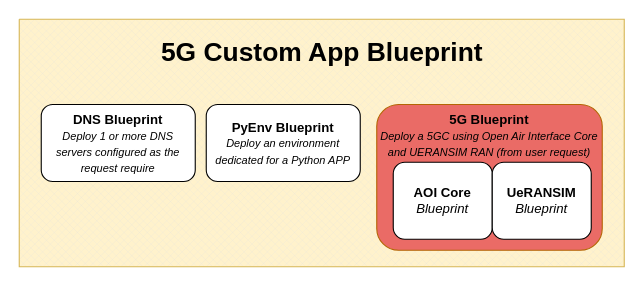
The draw.io diagram page "Blueprints-building-blocks" (15 of 15) of docs/diagrams/NVFCL-diagrams.drawio in s2n-cnit/nfvcl-ng, before the edit. Source tidied: cells renumbered, new cells numbered last; positions are measured from the earlier drawing's top-left corner, leaving out a move shared by most shapes. Both pictures are drawn from the tidied source at 110%, with x=0, y=0 at pixel (19, 19).
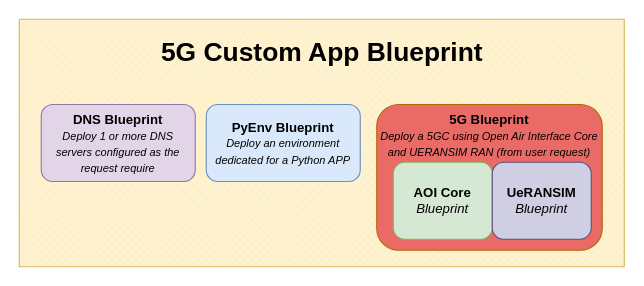
Above is the later version.

Commit message (it also covers changes not shown here):
docs(5GCore): Update and refine 5GC blueprint creation guide

- Enhanced instructions for automated gNB configuration using UERANSIM Blueprints.
- Clarified fields replacement and field descriptions in API examples.
- Added details on network types, supported implementations, and network configurations.
- Updated diagrams for improved clarity and consistency.

What changed in the source:
```diff
@@
 <mxGraphModel>
   <root>
     <mxCell id="0" />
     <mxCell id="1" parent="0" />
     <mxCell id="2" style="verticalLabelPosition=bottom;verticalAlign=top;html=1;shape=mxgraph.basic.patternFillRect;fillStyle=diagGrid;step=5;fillStrokeWidth=0.2;fillStrokeColor=#dddddd;fillColor=#fff2cc;strokeColor=#d6b656;" parent="1" vertex="1">
       <mxGeometry width="550" height="225" as="geometry" />
     </mxCell>
-    <mxCell id="3" value="&lt;b&gt;DNS Blueprint&lt;/b&gt;&lt;div&gt;&lt;i&gt;&lt;font style=&quot;font-size: 10px;&quot;&gt;Deploy 1 or more DNS servers configured as the request require&lt;/font&gt;&lt;/i&gt;&lt;/div&gt;" style="rounded=1;whiteSpace=wrap;html=1;spacingRight=2;spacingLeft=2;" parent="1" vertex="1">
+    <mxCell id="3" value="&lt;b&gt;DNS Blueprint&lt;/b&gt;&lt;div&gt;&lt;i&gt;&lt;font style=&quot;font-size: 10px;&quot;&gt;Deploy 1 or more DNS servers configured as the request require&lt;/font&gt;&lt;/i&gt;&lt;/div&gt;" style="rounded=1;whiteSpace=wrap;html=1;spacingRight=2;spacingLeft=2;fillColor=#e1d5e7;strokeColor=#9673a6;" parent="1" vertex="1">
       <mxGeometry x="20" y="77.5" width="140" height="70" as="geometry" />
     </mxCell>
-    <mxCell id="4" value="&lt;b&gt;PyEnv Blueprint&lt;/b&gt;&lt;div&gt;&lt;i&gt;&lt;font style=&quot;font-size: 10px;&quot;&gt;Deploy an environment dedicated for a Python APP&lt;/font&gt;&lt;/i&gt;&lt;/div&gt;" style="rounded=1;whiteSpace=wrap;html=1;spacingRight=2;spacingLeft=2;" parent="1" vertex="1">
+    <mxCell id="4" value="&lt;b&gt;PyEnv Blueprint&lt;/b&gt;&lt;div&gt;&lt;i&gt;&lt;font style=&quot;font-size: 10px;&quot;&gt;Deploy an environment dedicated for a Python APP&lt;/font&gt;&lt;/i&gt;&lt;/div&gt;" style="rounded=1;whiteSpace=wrap;html=1;spacingRight=2;spacingLeft=2;fillColor=#dae8fc;strokeColor=#6c8ebf;" parent="1" vertex="1">
       <mxGeometry x="170" y="77.5" width="140" height="70" as="geometry" />
     </mxCell>
     <mxCell id="5" value="&lt;b&gt;5G Blueprint&lt;/b&gt;&lt;div&gt;&lt;i&gt;&lt;font style=&quot;font-size: 10px;&quot;&gt;Deploy a 5GC using Open Air Interface Core and UERANSIM RAN (from user request)&lt;/font&gt;&lt;/i&gt;&lt;/div&gt;" style="rounded=1;whiteSpace=wrap;html=1;spacingRight=2;spacingLeft=2;verticalAlign=top;fillColor=#EA6B66;strokeColor=#b46504;fillStyle=auto;glass=0;shadow=0;gradientColor=none;" parent="1" vertex="1">
       <mxGeometry x="325" y="77.5" width="205" height="132.5" as="geometry" />
     </mxCell>
     <mxCell id="6" value="5G Custom App Blueprint" style="text;strokeColor=none;fillColor=none;html=1;fontSize=24;fontStyle=1;verticalAlign=middle;align=center;" parent="1" vertex="1">
       <mxGeometry x="225" y="10" width="100" height="40" as="geometry" />
     </mxCell>
-    <mxCell id="7" value="&lt;div&gt;&lt;b&gt;AOI Core&lt;/b&gt;&lt;/div&gt;&lt;div&gt;&lt;i style=&quot;&quot;&gt;Blueprint&lt;/i&gt;&lt;/div&gt;" style="rounded=1;whiteSpace=wrap;html=1;spacingRight=2;spacingLeft=2;" parent="1" vertex="1">
+    <mxCell id="7" value="&lt;div&gt;&lt;b&gt;AOI Core&lt;/b&gt;&lt;/div&gt;&lt;div&gt;&lt;i style=&quot;&quot;&gt;Blueprint&lt;/i&gt;&lt;/div&gt;" style="rounded=1;whiteSpace=wrap;html=1;spacingRight=2;spacingLeft=2;fillColor=#d5e8d4;strokeColor=#82b366;" parent="1" vertex="1">
       <mxGeometry x="340" y="130" width="90" height="70" as="geometry" />
     </mxCell>
-    <mxCell id="8" value="&lt;b&gt;UeRANSIM&lt;/b&gt;&lt;div&gt;&lt;i&gt;Blueprint&lt;/i&gt;&lt;/div&gt;" style="rounded=1;whiteSpace=wrap;html=1;spacingRight=2;spacingLeft=2;" parent="1" vertex="1">
+    <mxCell id="8" value="&lt;b&gt;UeRANSIM&lt;/b&gt;&lt;div&gt;&lt;i&gt;Blueprint&lt;/i&gt;&lt;/div&gt;" style="rounded=1;whiteSpace=wrap;html=1;spacingRight=2;spacingLeft=2;fillColor=#d0cee2;strokeColor=#56517e;" parent="1" vertex="1">
       <mxGeometry x="430" y="130" width="90" height="70" as="geometry" />
     </mxCell>
   </root>
 </mxGraphModel>
```
